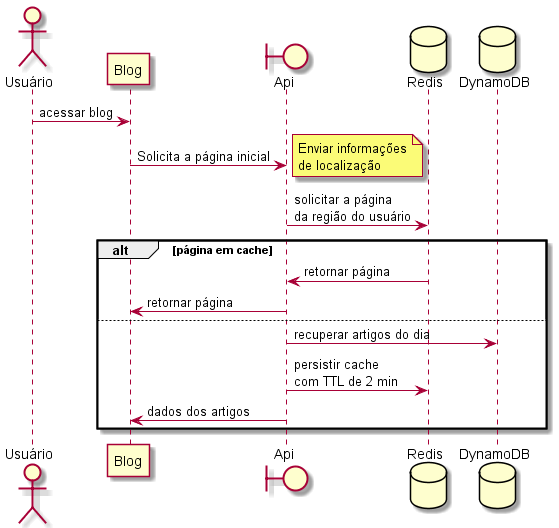
The PlantUML diagram diagramas/out/pagina_inicial/Pagina inicial.png in wagnerpvilla/fiap-olimpiada, before a commit.
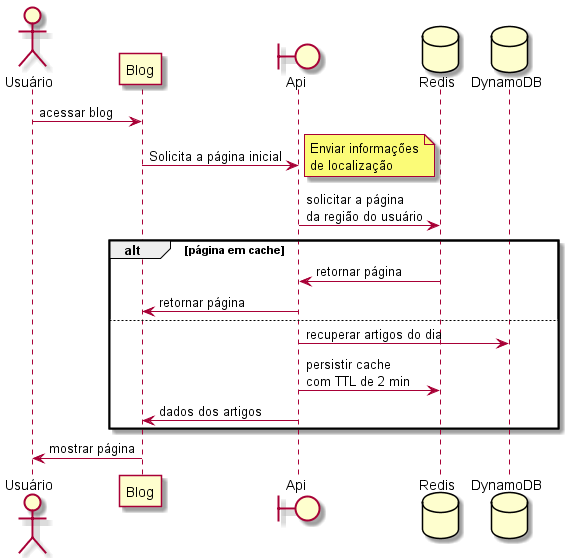
After the change.

What changed in the source:
```diff
@@ -22,5 +22,6 @@
     api -> cache: persistir cache\ncom TTL de 2 min
     api -> blog: dados dos artigos
 end
+blog -> user: mostrar página
 
 @enduml
```
